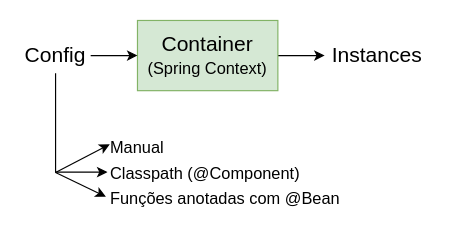
andre-j3sus/isel-leic-notes keeps this draw.io diagram as page "Context" (2 of 3) of 5th-semester/daw/docs/daw-diagrams.drawio. Above is the earlier version. Source tidied: cells renumbered, new cells numbered last; positions are measured from the earlier drawing's top-left corner, leaving out a move shared by most shapes. Both pictures are drawn from the tidied source at 117%, with x=0, y=0 at pixel (20, 20).
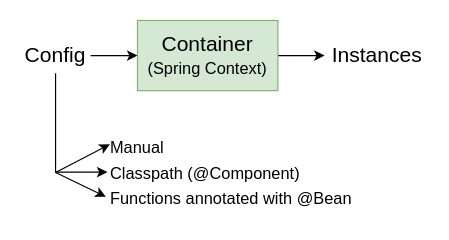
After the change.

Change to the diagram source:
```diff
@@
 <mxGraphModel>
   <root>
     <mxCell id="0" />
     <mxCell id="1" parent="0" />
     <mxCell id="2" style="edgeStyle=orthogonalEdgeStyle;rounded=0;jettySize=auto;html=1;fontSize=18;entryX=0;entryY=0.5;entryDx=0;entryDy=0;" parent="1" edge="1" source="3" target="7">
       <mxGeometry relative="1" as="geometry" />
     </mxCell>
     <mxCell id="3" value="&lt;font style=&quot;&quot;&gt;&lt;span style=&quot;font-size: 18px;&quot;&gt;Container&lt;/span&gt;&lt;br&gt;&lt;font style=&quot;font-size: 14px;&quot;&gt;(Spring Context)&lt;/font&gt;&lt;br&gt;&lt;/font&gt;" style="rounded=0;whiteSpace=wrap;html=1;fillColor=#d5e8d4;strokeColor=#82b366;" parent="1" vertex="1">
       <mxGeometry x="100" width="120" height="60" as="geometry" />
     </mxCell>
     <mxCell id="4" style="edgeStyle=orthogonalEdgeStyle;rounded=0;jettySize=auto;html=1;entryX=0;entryY=0.5;entryDx=0;entryDy=0;fontSize=18;" parent="1" edge="1" source="6" target="3">
       <mxGeometry relative="1" as="geometry" />
     </mxCell>
     <mxCell id="5" style="edgeStyle=orthogonalEdgeStyle;rounded=0;jettySize=auto;html=1;entryX=-0.003;entryY=0.495;entryDx=0;entryDy=0;entryPerimeter=0;fontSize=14;" parent="1" edge="1" source="6" target="8">
       <mxGeometry relative="1" as="geometry">
         <Array as="points">
           <mxPoint x="30" y="130" />
         </Array>
       </mxGeometry>
     </mxCell>
     <mxCell id="6" value="Config" style="text;html=1;strokeColor=none;fillColor=none;align=center;verticalAlign=middle;whiteSpace=wrap;rounded=0;fontSize=18;" parent="1" vertex="1">
       <mxGeometry y="15" width="60" height="30" as="geometry" />
     </mxCell>
     <mxCell id="7" value="Instances" style="text;html=1;strokeColor=none;fillColor=none;align=center;verticalAlign=middle;whiteSpace=wrap;rounded=0;fontSize=18;" parent="1" vertex="1">
       <mxGeometry x="260" y="15" width="90" height="30" as="geometry" />
     </mxCell>
-    <mxCell id="8" value="&lt;div style=&quot;&quot;&gt;&lt;span style=&quot;background-color: initial;&quot;&gt;&lt;font style=&quot;font-size: 14px;&quot;&gt;Manual&lt;/font&gt;&lt;/span&gt;&lt;/div&gt;&lt;font style=&quot;&quot;&gt;&lt;font style=&quot;font-size: 14px;&quot;&gt;Classpath (@Component)&lt;/font&gt;&lt;br&gt;&lt;font style=&quot;font-size: 14px;&quot;&gt;Funções anotadas com @Bean&lt;/font&gt;&lt;/font&gt;" style="text;html=1;align=left;verticalAlign=middle;points=[];strokeColor=none;fillColor=none;fontSize=18;" parent="1" vertex="1">
-      <mxGeometry x="75" y="90" width="220" height="80" as="geometry" />
+    <mxCell id="8" value="&lt;div style=&quot;&quot;&gt;&lt;span style=&quot;background-color: initial;&quot;&gt;&lt;font style=&quot;font-size: 14px;&quot;&gt;Manual&lt;/font&gt;&lt;/span&gt;&lt;/div&gt;&lt;font style=&quot;&quot;&gt;&lt;font style=&quot;font-size: 14px;&quot;&gt;Classpath (@Component)&lt;/font&gt;&lt;br&gt;&lt;font style=&quot;font-size: 14px;&quot;&gt;Functions annotated with @Bean&lt;/font&gt;&lt;/font&gt;" style="text;html=1;align=left;verticalAlign=middle;points=[];strokeColor=none;fillColor=none;fontSize=18;" parent="1" vertex="1">
+      <mxGeometry x="75" y="90" width="230" height="80" as="geometry" />
     </mxCell>
     <mxCell id="9" style="endArrow=classic;html=1;rounded=0;fontSize=14;entryX=0.006;entryY=0.198;entryDx=0;entryDy=0;entryPerimeter=0;" parent="1" edge="1" target="8">
       <mxGeometry relative="1" as="geometry">
         <mxPoint x="30" y="130" as="sourcePoint" />
       </mxGeometry>
     </mxCell>
     <mxCell id="10" style="endArrow=classic;html=1;rounded=0;fontSize=14;entryX=-0.009;entryY=0.757;entryDx=0;entryDy=0;entryPerimeter=0;" parent="1" edge="1" target="8">
       <mxGeometry relative="1" as="geometry">
         <mxPoint x="30" y="130" as="sourcePoint" />
       </mxGeometry>
     </mxCell>
   </root>
 </mxGraphModel>
```
